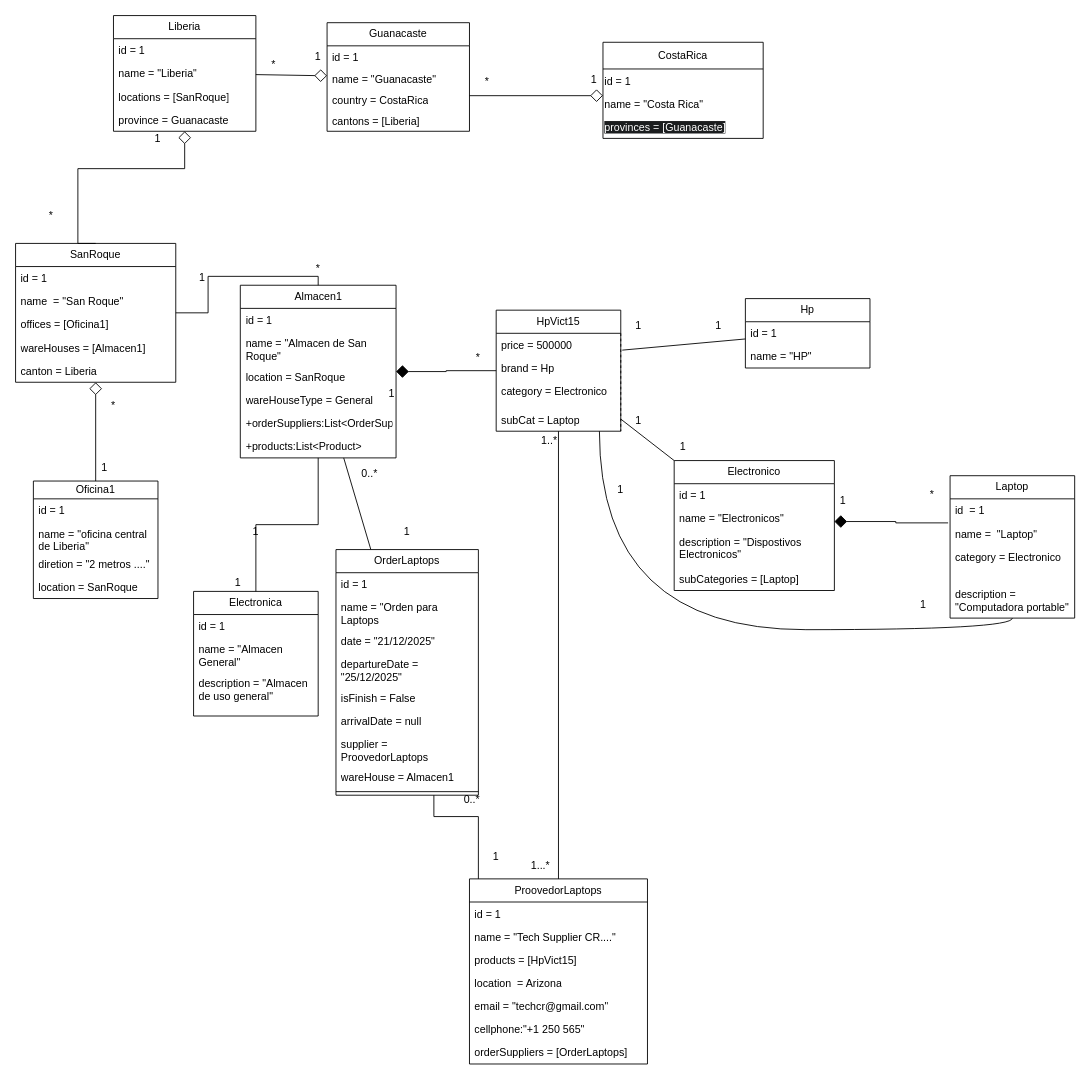
The draw.io diagram ObjectDiagram.drawio in estebanpc1234/bootcamp_Tarea_Sistema_Inventario, before the edit. Source tidied: cells renumbered, new cells numbered last; positions are measured from the earlier drawing's top-left corner, leaving out a move shared by most shapes. Both pictures are drawn from the tidied source at 89%, with x=0, y=0 at pixel (15, 15).
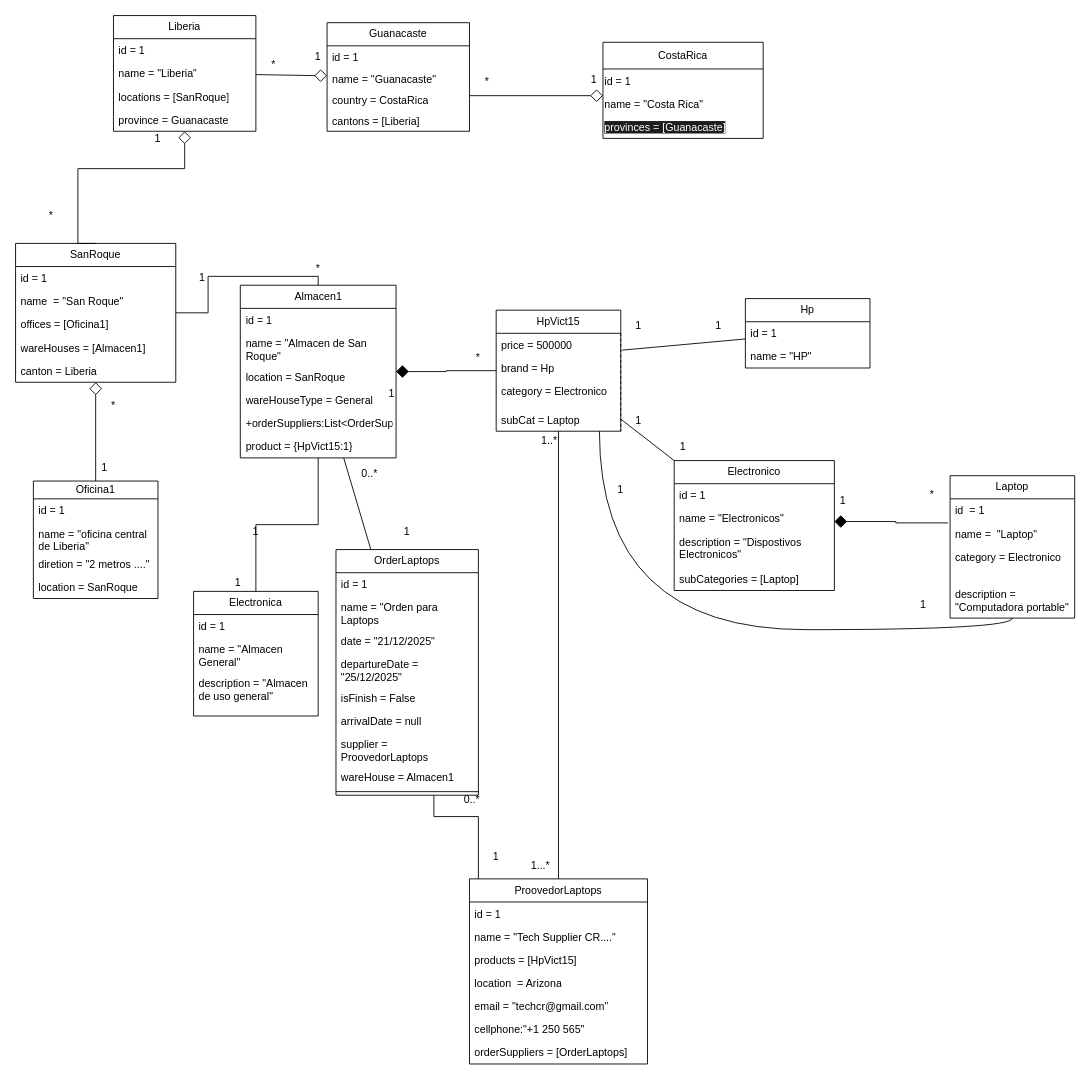
The same page after the edit.

Commit message (it also covers changes not shown here):
Epastrana, se corregieron los diagramas

The change refers to these unchanged cells:
```xml
<mxCell id="35" value="Almacen1" style="swimlane;fontStyle=0;horizontal=1;startSize=26;fillColor=none;whiteSpace=wrap;html=1;" parent="1" vertex="1">
  <mxGeometry x="252.5" y="303" width="175" height="194" as="geometry" />
</mxCell>
```

What changed in the source:
```diff
@@
-    <mxCell id="41" value="+products:List&amp;lt;Product&amp;gt;" style="text;strokeColor=none;fillColor=none;align=left;verticalAlign=top;spacingLeft=4;spacingRight=4;overflow=hidden;whiteSpace=wrap;html=1;" parent="35" vertex="1">
+    <mxCell id="41" value="product = {HpVict15:1}" style="text;strokeColor=none;fillColor=none;align=left;verticalAlign=top;spacingLeft=4;spacingRight=4;overflow=hidden;whiteSpace=wrap;html=1;" parent="35" vertex="1">
       <mxGeometry y="168" width="175" height="26" as="geometry" />
     </mxCell>
```
